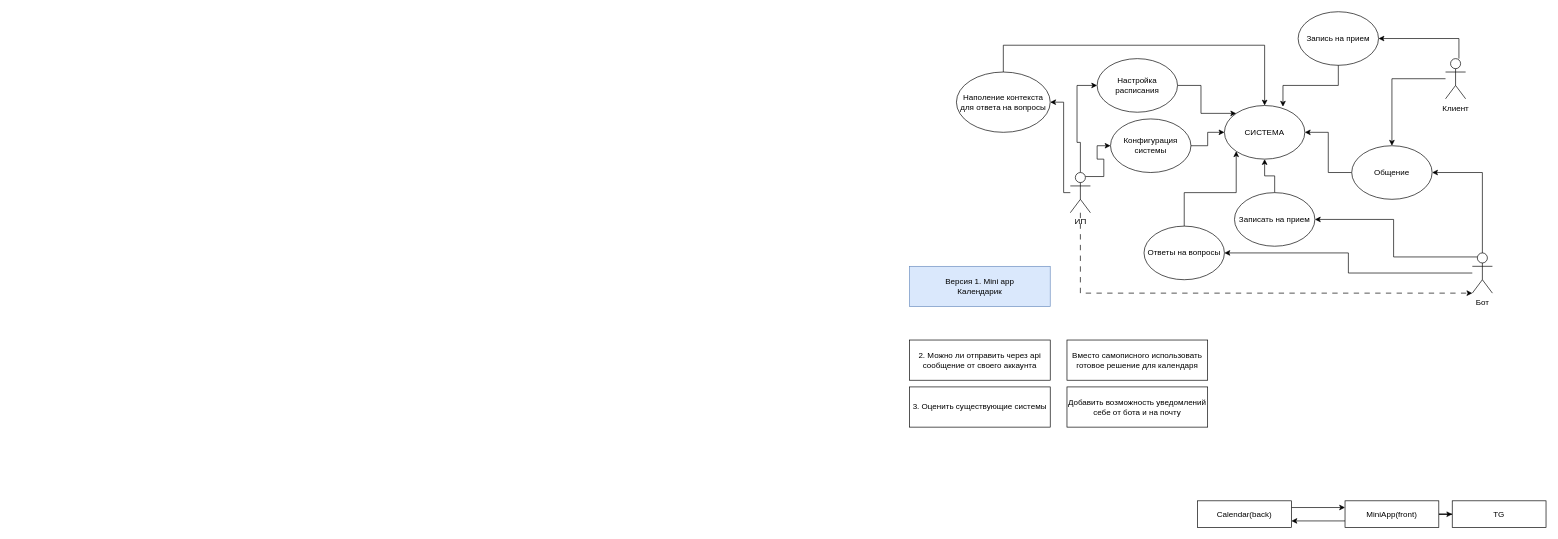
Before: TG.drawio in dima3sh/repo, a draw.io diagram. Source tidied: cells renumbered, new cells numbered last; positions are measured from the earlier drawing's top-left corner, leaving out a move shared by most shapes. Both pictures are drawn from the tidied source at 67%, with x=0, y=0 at pixel (909, 11).
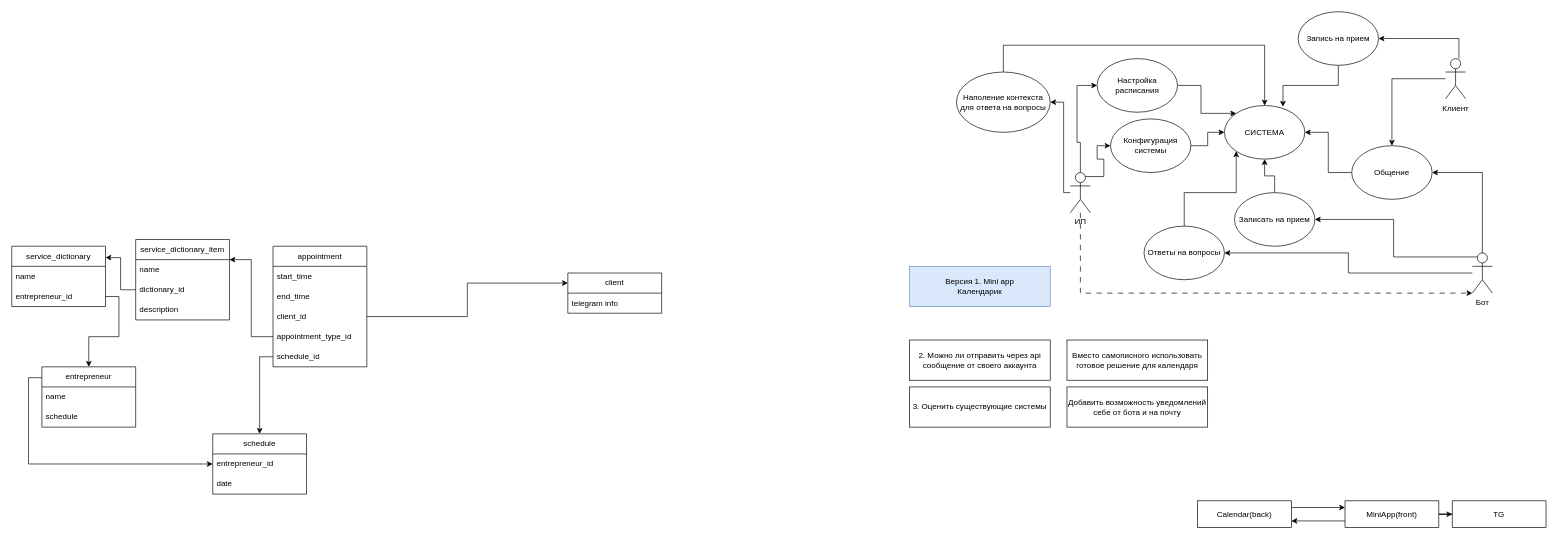
The same page after the edit.

What changed in the source:
```diff
@@
+    <mxCell id="40" value="&lt;span style=&quot;white-space: pre-wrap;&quot; class=&quot;EzKURWReUAB5oZgtQNkl&quot;&gt;schedule&lt;/span&gt;" style="swimlane;fontStyle=0;horizontal=1;startSize=30;whiteSpace=wrap;html=1;" parent="1" vertex="1">
+      <mxGeometry x="-1040" y="630" width="140" height="90" as="geometry" />
+    </mxCell>
+    <mxCell id="41" value="entrepreneur_id" style="text;strokeColor=none;fillColor=none;align=left;verticalAlign=middle;spacingLeft=4;spacingRight=4;overflow=hidden;points=[[0,0.5],[1,0.5]];portConstraint=eastwest;whiteSpace=wrap;html=1;" parent="40" vertex="1">
+      <mxGeometry y="30" width="140" height="30" as="geometry" />
+    </mxCell>
+    <mxCell id="42" value="date" style="text;strokeColor=none;fillColor=none;align=left;verticalAlign=middle;spacingLeft=4;spacingRight=4;overflow=hidden;whiteSpace=wrap;html=1;" parent="40" vertex="1">
+      <mxGeometry y="60" width="140" height="30" as="geometry" />
+    </mxCell>
+    <mxCell id="43" value="client" style="swimlane;fontStyle=0;horizontal=1;startSize=30;whiteSpace=wrap;html=1;" parent="1" vertex="1">
+      <mxGeometry x="-510" y="390" width="140" height="60" as="geometry" />
+    </mxCell>
+    <mxCell id="44" value="telegram info" style="text;strokeColor=none;fillColor=none;align=left;verticalAlign=middle;spacingLeft=4;spacingRight=4;overflow=hidden;whiteSpace=wrap;html=1;" parent="43" vertex="1">
+      <mxGeometry y="30" width="140" height="30" as="geometry" />
+    </mxCell>
+    <mxCell id="45" style="edgeStyle=orthogonalEdgeStyle;rounded=0;jettySize=auto;html=1;entryX=0;entryY=0.5;entryDx=0;entryDy=0;exitX=0;exitY=0.18;exitDx=0;exitDy=0;exitPerimeter=0;" parent="1" edge="1" source="46" target="41">
+      <mxGeometry relative="1" as="geometry" />
+    </mxCell>
+    <mxCell id="46" value="entrepreneur" style="swimlane;fontStyle=0;horizontal=1;startSize=30;whiteSpace=wrap;html=1;" parent="1" vertex="1">
+      <mxGeometry x="-1295" y="530" width="140" height="90" as="geometry" />
+    </mxCell>
+    <mxCell id="47" value="name" style="text;strokeColor=none;fillColor=none;align=left;verticalAlign=middle;spacingLeft=4;spacingRight=4;overflow=hidden;whiteSpace=wrap;html=1;" parent="46" vertex="1">
+      <mxGeometry y="30" width="140" height="30" as="geometry" />
+    </mxCell>
+    <mxCell id="48" value="schedule" style="text;strokeColor=none;fillColor=none;align=left;verticalAlign=middle;spacingLeft=4;spacingRight=4;overflow=hidden;whiteSpace=wrap;html=1;" parent="46" vertex="1">
+      <mxGeometry y="60" width="140" height="30" as="geometry" />
+    </mxCell>
+    <mxCell id="49" value="appointment" style="swimlane;fontStyle=0;horizontal=1;startSize=30;whiteSpace=wrap;html=1;" parent="1" vertex="1">
+      <mxGeometry x="-950" y="350" width="140" height="180" as="geometry" />
+    </mxCell>
+    <mxCell id="50" value="start_time" style="text;strokeColor=none;fillColor=none;align=left;verticalAlign=middle;spacingLeft=4;spacingRight=4;overflow=hidden;whiteSpace=wrap;html=1;" parent="49" vertex="1">
+      <mxGeometry y="30" width="140" height="30" as="geometry" />
+    </mxCell>
+    <mxCell id="51" value="end_time" style="text;strokeColor=none;fillColor=none;align=left;verticalAlign=middle;spacingLeft=4;spacingRight=4;overflow=hidden;whiteSpace=wrap;html=1;" parent="49" vertex="1">
+      <mxGeometry y="60" width="140" height="30" as="geometry" />
+    </mxCell>
+    <mxCell id="52" value="client_id" style="text;strokeColor=none;fillColor=none;align=left;verticalAlign=middle;spacingLeft=4;spacingRight=4;overflow=hidden;points=[[0,0.5],[1,0.5]];portConstraint=eastwest;whiteSpace=wrap;html=1;" parent="49" vertex="1">
+      <mxGeometry y="90" width="140" height="30" as="geometry" />
+    </mxCell>
+    <mxCell id="53" value="appointment_type_id" style="text;strokeColor=none;fillColor=none;align=left;verticalAlign=middle;spacingLeft=4;spacingRight=4;overflow=hidden;points=[[0,0.5],[1,0.5]];portConstraint=eastwest;whiteSpace=wrap;html=1;" parent="49" vertex="1">
+      <mxGeometry y="120" width="140" height="30" as="geometry" />
+    </mxCell>
+    <mxCell id="54" value="&lt;span style=&quot;white-space: pre-wrap;&quot; class=&quot;EzKURWReUAB5oZgtQNkl&quot;&gt;schedule_id&lt;/span&gt;" style="text;strokeColor=none;fillColor=none;align=left;verticalAlign=middle;spacingLeft=4;spacingRight=4;overflow=hidden;points=[[0,0.5],[1,0.5]];portConstraint=eastwest;whiteSpace=wrap;html=1;" parent="49" vertex="1">
+      <mxGeometry y="150" width="140" height="30" as="geometry" />
+    </mxCell>
+    <mxCell id="55" style="edgeStyle=orthogonalEdgeStyle;rounded=0;jettySize=auto;html=1;entryX=0.5;entryY=0;entryDx=0;entryDy=0;" parent="1" edge="1" source="54" target="40">
+      <mxGeometry relative="1" as="geometry" />
+    </mxCell>
+    <mxCell id="56" style="edgeStyle=orthogonalEdgeStyle;rounded=0;jettySize=auto;html=1;entryX=0;entryY=0.25;entryDx=0;entryDy=0;" parent="1" edge="1" source="52" target="43">
+      <mxGeometry relative="1" as="geometry" />
+    </mxCell>
+    <mxCell id="57" value="service_dictionary_item" style="swimlane;fontStyle=0;horizontal=1;startSize=30;whiteSpace=wrap;html=1;" parent="1" vertex="1">
+      <mxGeometry x="-1155" y="340" width="140" height="120" as="geometry" />
+    </mxCell>
+    <mxCell id="58" value="name" style="text;strokeColor=none;fillColor=none;align=left;verticalAlign=middle;spacingLeft=4;spacingRight=4;overflow=hidden;whiteSpace=wrap;html=1;" parent="57" vertex="1">
+      <mxGeometry y="30" width="140" height="30" as="geometry" />
+    </mxCell>
+    <mxCell id="59" value="dictionary_id" style="text;strokeColor=none;fillColor=none;align=left;verticalAlign=middle;spacingLeft=4;spacingRight=4;overflow=hidden;points=[[0,0.5],[1,0.5]];portConstraint=eastwest;whiteSpace=wrap;html=1;" parent="57" vertex="1">
+      <mxGeometry y="60" width="140" height="30" as="geometry" />
+    </mxCell>
+    <mxCell id="60" value="description" style="text;strokeColor=none;fillColor=none;align=left;verticalAlign=middle;spacingLeft=4;spacingRight=4;overflow=hidden;whiteSpace=wrap;html=1;" parent="57" vertex="1">
+      <mxGeometry y="90" width="140" height="30" as="geometry" />
+    </mxCell>
+    <mxCell id="61" style="edgeStyle=orthogonalEdgeStyle;rounded=0;jettySize=auto;html=1;entryX=1;entryY=0.25;entryDx=0;entryDy=0;" parent="1" edge="1" source="53" target="57">
+      <mxGeometry relative="1" as="geometry" />
+    </mxCell>
+    <mxCell id="62" value="service_dictionary" style="swimlane;fontStyle=0;horizontal=1;startSize=30;whiteSpace=wrap;html=1;" parent="1" vertex="1">
+      <mxGeometry x="-1340" y="350" width="140" height="90" as="geometry" />
+    </mxCell>
+    <mxCell id="63" value="name" style="text;strokeColor=none;fillColor=none;align=left;verticalAlign=middle;spacingLeft=4;spacingRight=4;overflow=hidden;whiteSpace=wrap;html=1;" parent="62" vertex="1">
+      <mxGeometry y="30" width="140" height="30" as="geometry" />
+    </mxCell>
+    <mxCell id="64" value="entrepreneur_id" style="text;strokeColor=none;fillColor=none;align=left;verticalAlign=middle;spacingLeft=4;spacingRight=4;overflow=hidden;points=[[0,0.5],[1,0.5]];portConstraint=eastwest;whiteSpace=wrap;html=1;" parent="62" vertex="1">
+      <mxGeometry y="60" width="140" height="30" as="geometry" />
+    </mxCell>
+    <mxCell id="65" style="edgeStyle=orthogonalEdgeStyle;rounded=0;jettySize=auto;html=1;entryX=0.5;entryY=0;entryDx=0;entryDy=0;" parent="1" edge="1" source="64" target="46">
+      <mxGeometry relative="1" as="geometry" />
+    </mxCell>
+    <mxCell id="66" style="edgeStyle=orthogonalEdgeStyle;rounded=0;jettySize=auto;html=1;entryX=1;entryY=0.189;entryDx=0;entryDy=0;entryPerimeter=0;" parent="1" edge="1" source="59" target="62">
+      <mxGeometry relative="1" as="geometry" />
+    </mxCell>
```
